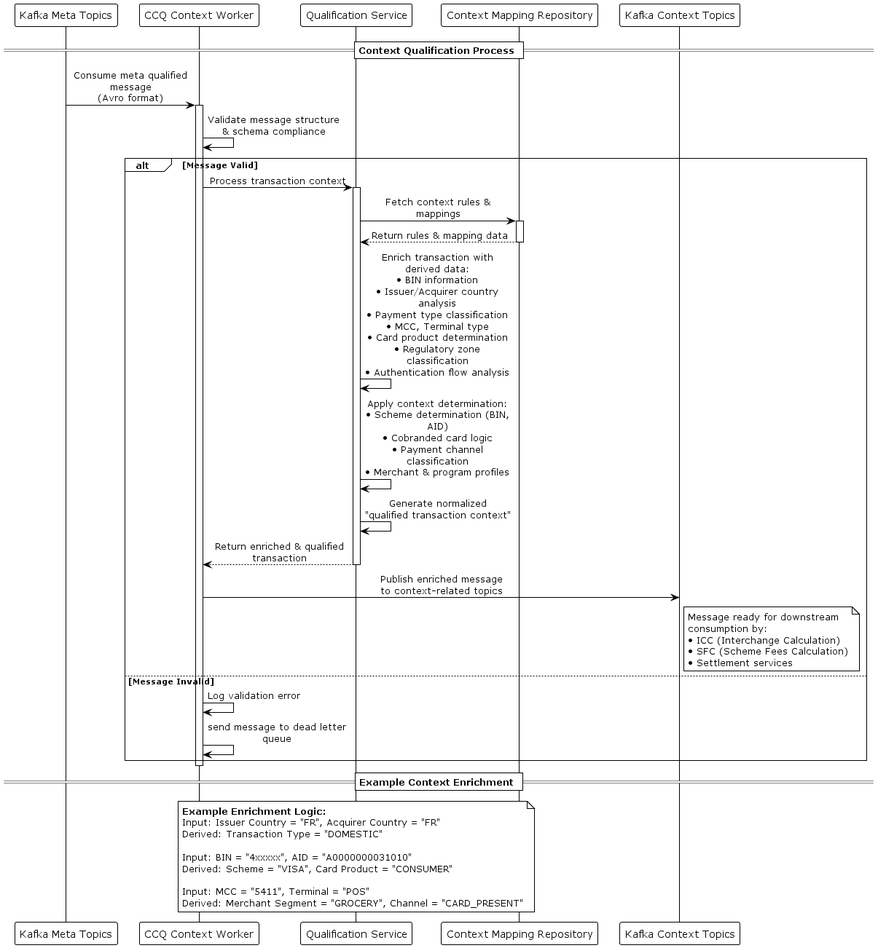
Above: out/diagrams/plantuml/in/context-sequence-diagram/P2S Context Qualification Process.png in anastaha546/rapport-PFE (PlantUML), before the change. The source it was exported from:
```plantuml
@startuml P2S Context Qualification Process

!theme plain
skinparam backgroundColor #FFFFFF
skinparam sequenceMessageAlign center
skinparam maxMessageSize 200

participant "Kafka Meta Topics" as KafkaMeta
participant "CCQ Context Worker" as CCQWorker
participant "Qualification Service" as QualService
participant "Context Mapping Repository" as ContextRepo
participant "Kafka Context Topics" as KafkaContext

== Context Qualification Process ==

KafkaMeta -> CCQWorker: Consume meta qualified message\n(Avro format)
activate CCQWorker

CCQWorker -> CCQWorker: Validate message structure\n& schema compliance

alt Message Valid
    CCQWorker -> QualService: Process transaction context
    activate QualService

    QualService -> ContextRepo: Fetch context rules & mappings
    activate ContextRepo

    ContextRepo --> QualService: Return rules & mapping data
    deactivate ContextRepo

    QualService -> QualService: Enrich transaction with derived data:\n• BIN information\n• Issuer/Acquirer country analysis\n• Payment type classification\n• MCC, Terminal type\n• Card product determination\n• Regulatory zone classification\n• Authentication flow analysis

    QualService -> QualService: Apply context determination:\n• Scheme determination (BIN, AID)\n• Cobranded card logic\n• Payment channel classification\n• Merchant & program profiles

    QualService -> QualService: Generate normalized\n"qualified transaction context"

    QualService --> CCQWorker: Return enriched & qualified transaction
    deactivate QualService

    CCQWorker -> KafkaContext: Publish enriched message\nto context-related topics

    note right of KafkaContext
        Message ready for downstream
        consumption by:
        • ICC (Interchange Calculation)
        • SFC (Scheme Fees Calculation)
        • Settlement services
    end note

else Message Invalid
    CCQWorker -> CCQWorker: Log validation error
    CCQWorker -> CCQWorker: send message to dead letter queue
end

deactivate CCQWorker

== Example Context Enrichment ==
note over QualService
    **Example Enrichment Logic:**
    Input: Issuer Country = "FR", Acquirer Country = "FR"
    Derived: Transaction Type = "DOMESTIC"

    Input: BIN = "4xxxxx", AID = "A0000000031010"
    Derived: Scheme = "VISA", Card Product = "CONSUMER"

    Input: MCC = "5411", Terminal = "POS"
    Derived: Merchant Segment = "GROCERY", Channel = "CARD_PRESENT"
end note

@enduml
```
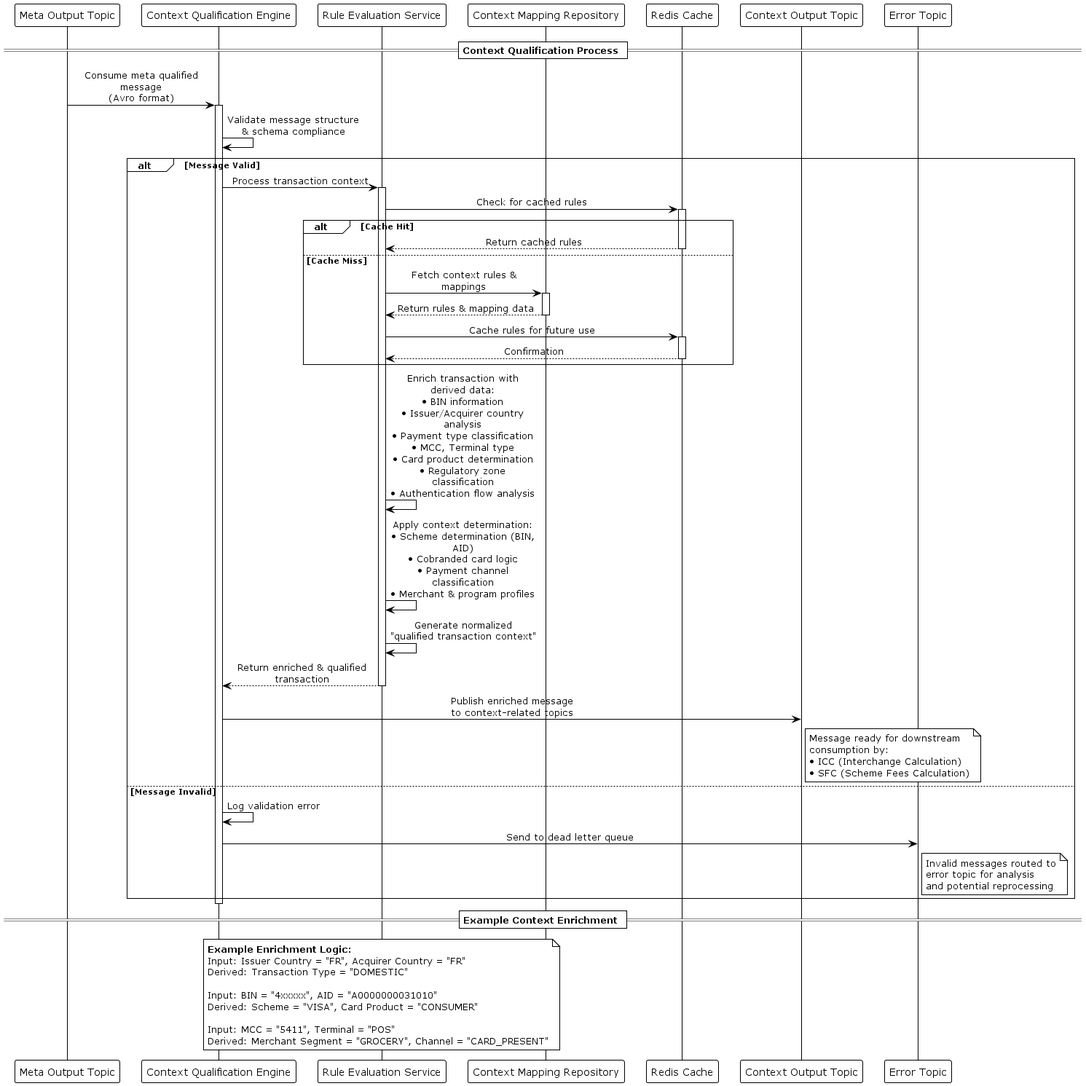
After the commit.

What changed in the source:
```diff
@@ -5,11 +5,13 @@
 skinparam sequenceMessageAlign center
 skinparam maxMessageSize 200
 
-participant "Kafka Meta Topics" as KafkaMeta
-participant "CCQ Context Worker" as CCQWorker
-participant "Qualification Service" as QualService
+participant "Meta Output Topic" as KafkaMeta
+participant "Context Qualification Engine" as CCQWorker
+participant "Rule Evaluation Service" as QualService
 participant "Context Mapping Repository" as ContextRepo
-participant "Kafka Context Topics" as KafkaContext
+participant "Redis Cache" as Cache
+participant "Context Output Topic" as KafkaContext
+participant "Error Topic" as ErrorTopic
 
 == Context Qualification Process ==
 
@@ -22,11 +24,24 @@
     CCQWorker -> QualService: Process transaction context
     activate QualService
 
-    QualService -> ContextRepo: Fetch context rules & mappings
-    activate ContextRepo
+    QualService -> Cache: Check for cached rules
+    activate Cache
 
-    ContextRepo --> QualService: Return rules & mapping data
-    deactivate ContextRepo
+    alt Cache Hit
+        Cache --> QualService: Return cached rules
+        deactivate Cache
+    else Cache Miss
+        QualService -> ContextRepo: Fetch context rules & mappings
+        activate ContextRepo
+
+        ContextRepo --> QualService: Return rules & mapping data
+        deactivate ContextRepo
+
+        QualService -> Cache: Cache rules for future use
+        activate Cache
+        Cache --> QualService: Confirmation
+        deactivate Cache
+    end
 
     QualService -> QualService: Enrich transaction with derived data:\n• BIN information\n• Issuer/Acquirer country analysis\n• Payment type classification\n• MCC, Terminal type\n• Card product determination\n• Regulatory zone classification\n• Authentication flow analysis
 
@@ -44,12 +59,17 @@
         consumption by:
         • ICC (Interchange Calculation)
         • SFC (Scheme Fees Calculation)
-        • Settlement services
     end note
 
 else Message Invalid
     CCQWorker -> CCQWorker: Log validation error
-    CCQWorker -> CCQWorker: send message to dead letter queue
+    CCQWorker -> ErrorTopic: Send to dead letter queue
+
+    note right of ErrorTopic
+        Invalid messages routed to
+        error topic for analysis
+        and potential reprocessing
+    end note
 end
 
 deactivate CCQWorker
```
